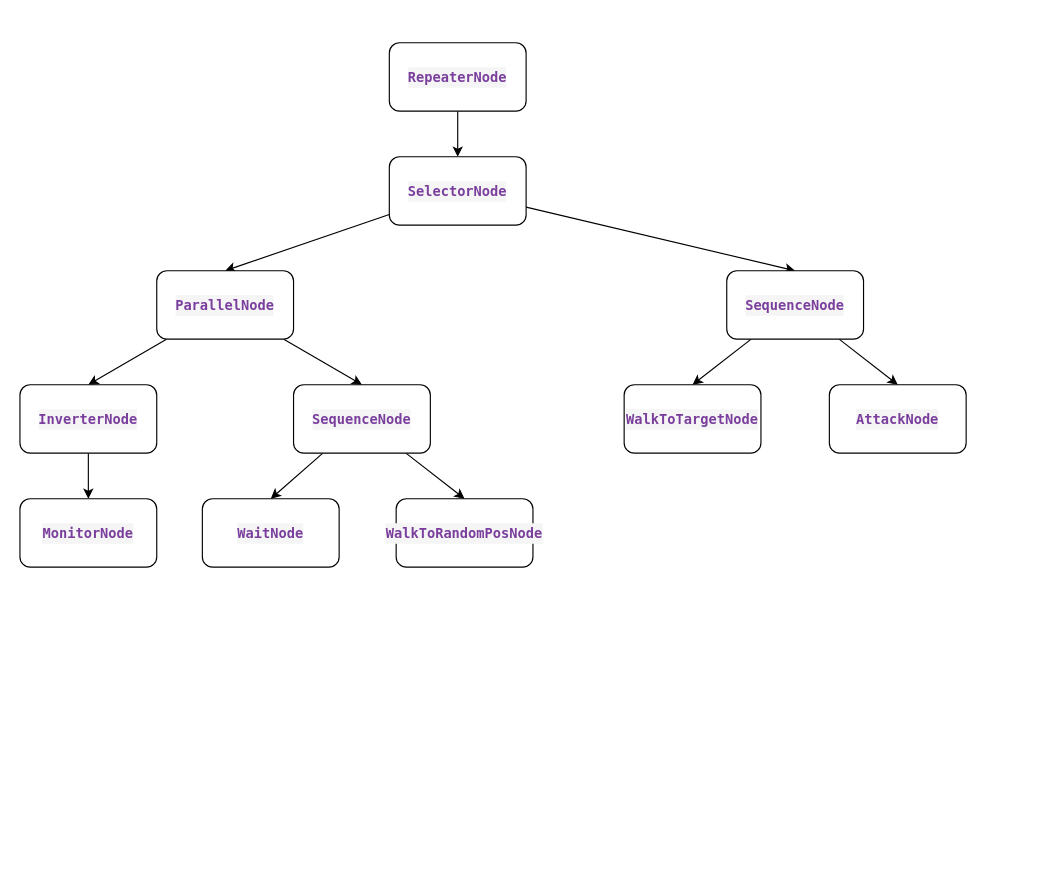
kirikayakazuto/CocosCreator_ECS keeps this draw.io diagram as role1behaviortree.dio. Above is the earlier version. Source tidied: cells renumbered, new cells numbered last; positions are measured from the earlier drawing's top-left corner, leaving out a move shared by most shapes. Both pictures are drawn from the tidied source at 114%, with x=0, y=0 at pixel (19, 42).
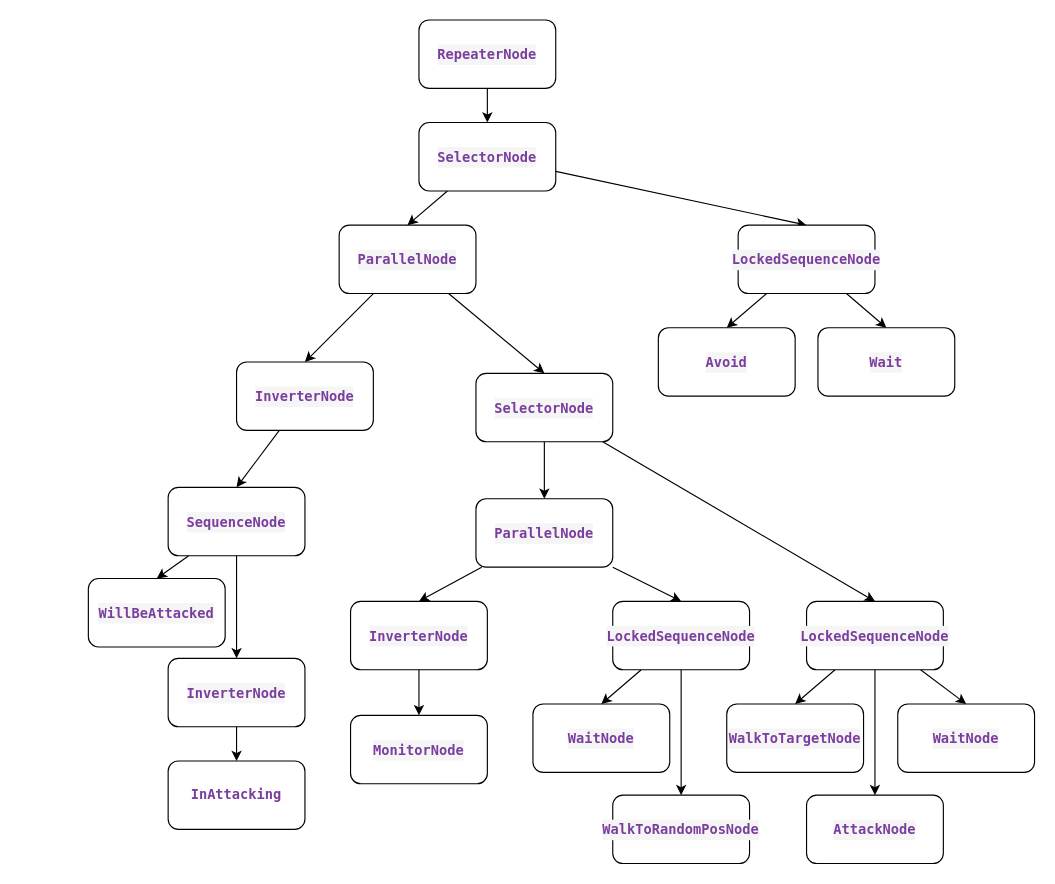
The same diagram, later.

The edit, as a diff of the source:
```diff
@@
-    <mxCell id="2" style="edgeStyle=none;html=1;exitX=0.5;exitY=1;exitDx=0;exitDy=0;entryX=0.5;entryY=0;entryDx=0;entryDy=0;" parent="1" edge="1" source="3" target="6">
+    <mxCell id="2" style="edgeStyle=none;html=1;exitX=0.5;exitY=1;exitDx=0;exitDy=0;entryX=0.5;entryY=0;entryDx=0;entryDy=0;" parent="1" edge="1" source="3" target="33">
       <mxGeometry relative="1" as="geometry" />
     </mxCell>
     <mxCell id="3" value="&lt;div style=&quot;color: rgb(51 , 51 , 51) ; background-color: rgb(245 , 245 , 245) ; font-family: &amp;#34;menlo&amp;#34; , &amp;#34;monaco&amp;#34; , &amp;#34;courier new&amp;#34; , monospace ; line-height: 18px&quot;&gt;&lt;span style=&quot;color: #7a3e9d ; font-weight: bold&quot;&gt;RepeaterNode&lt;/span&gt;&lt;/div&gt;" style="rounded=1;whiteSpace=wrap;html=1;" parent="1" vertex="1">
-      <mxGeometry x="324" width="120" height="60" as="geometry" />
+      <mxGeometry x="350" y="-20" width="120" height="60" as="geometry" />
     </mxCell>
@@
     <mxCell id="6" value="&lt;div style=&quot;color: rgb(51 , 51 , 51) ; background-color: rgb(245 , 245 , 245) ; font-family: &amp;#34;menlo&amp;#34; , &amp;#34;monaco&amp;#34; , &amp;#34;courier new&amp;#34; , monospace ; line-height: 18px&quot;&gt;&lt;span style=&quot;color: #7a3e9d ; font-weight: bold&quot;&gt;SelectorNode&lt;/span&gt;&lt;/div&gt;" style="rounded=1;whiteSpace=wrap;html=1;" parent="1" vertex="1">
-      <mxGeometry x="324" y="100" width="120" height="60" as="geometry" />
+      <mxGeometry x="400" y="290" width="120" height="60" as="geometry" />
     </mxCell>
@@
     <mxCell id="9" value="&lt;div style=&quot;color: rgb(51 , 51 , 51) ; background-color: rgb(245 , 245 , 245) ; font-family: &amp;#34;menlo&amp;#34; , &amp;#34;monaco&amp;#34; , &amp;#34;courier new&amp;#34; , monospace ; line-height: 18px&quot;&gt;&lt;span style=&quot;color: #7a3e9d ; font-weight: bold&quot;&gt;ParallelNode&lt;/span&gt;&lt;/div&gt;" style="rounded=1;whiteSpace=wrap;html=1;" parent="1" vertex="1">
-      <mxGeometry x="120" y="200" width="120" height="60" as="geometry" />
+      <mxGeometry x="400" y="400" width="120" height="60" as="geometry" />
     </mxCell>
@@
+    <mxCell id="23" style="edgeStyle=none;html=1;entryX=0.5;entryY=0;entryDx=0;entryDy=0;" parent="1" edge="1" source="12" target="44">
+      <mxGeometry relative="1" as="geometry" />
+    </mxCell>
-    <mxCell id="12" value="&lt;div style=&quot;color: rgb(51 , 51 , 51) ; background-color: rgb(245 , 245 , 245) ; font-family: &amp;#34;menlo&amp;#34; , &amp;#34;monaco&amp;#34; , &amp;#34;courier new&amp;#34; , monospace ; line-height: 18px&quot;&gt;&lt;div style=&quot;font-family: &amp;#34;menlo&amp;#34; , &amp;#34;monaco&amp;#34; , &amp;#34;courier new&amp;#34; , monospace ; line-height: 18px&quot;&gt;&lt;span style=&quot;color: #7a3e9d ; font-weight: bold&quot;&gt;SequenceNode&lt;/span&gt;&lt;/div&gt;&lt;/div&gt;" style="rounded=1;whiteSpace=wrap;html=1;" parent="1" vertex="1">
-      <mxGeometry x="620" y="200" width="120" height="60" as="geometry" />
+    <mxCell id="12" value="&lt;div style=&quot;color: rgb(51 , 51 , 51) ; background-color: rgb(245 , 245 , 245) ; font-family: &amp;#34;menlo&amp;#34; , &amp;#34;monaco&amp;#34; , &amp;#34;courier new&amp;#34; , monospace ; line-height: 18px&quot;&gt;&lt;div style=&quot;font-family: &amp;#34;menlo&amp;#34; , &amp;#34;monaco&amp;#34; , &amp;#34;courier new&amp;#34; , monospace ; line-height: 18px&quot;&gt;&lt;span style=&quot;color: #7a3e9d ; font-weight: bold&quot;&gt;LockedSequenceNode&lt;/span&gt;&lt;/div&gt;&lt;/div&gt;" style="rounded=1;whiteSpace=wrap;html=1;" parent="1" vertex="1">
+      <mxGeometry x="690" y="490" width="120" height="60" as="geometry" />
     </mxCell>
@@
     <mxCell id="14" value="&lt;div style=&quot;color: rgb(51 , 51 , 51) ; background-color: rgb(245 , 245 , 245) ; font-family: &amp;#34;menlo&amp;#34; , &amp;#34;monaco&amp;#34; , &amp;#34;courier new&amp;#34; , monospace ; line-height: 18px&quot;&gt;&lt;div style=&quot;font-family: &amp;#34;menlo&amp;#34; , &amp;#34;monaco&amp;#34; , &amp;#34;courier new&amp;#34; , monospace ; line-height: 18px&quot;&gt;&lt;span style=&quot;color: #7a3e9d ; font-weight: bold&quot;&gt;InverterNode&lt;/span&gt;&lt;/div&gt;&lt;/div&gt;" style="rounded=1;whiteSpace=wrap;html=1;" parent="1" vertex="1">
-      <mxGeometry y="300" width="120" height="60" as="geometry" />
+      <mxGeometry x="290" y="490" width="120" height="60" as="geometry" />
     </mxCell>
@@
-    <mxCell id="17" value="&lt;div style=&quot;color: rgb(51 , 51 , 51) ; background-color: rgb(245 , 245 , 245) ; font-family: &amp;#34;menlo&amp;#34; , &amp;#34;monaco&amp;#34; , &amp;#34;courier new&amp;#34; , monospace ; line-height: 18px&quot;&gt;&lt;div style=&quot;font-family: &amp;#34;menlo&amp;#34; , &amp;#34;monaco&amp;#34; , &amp;#34;courier new&amp;#34; , monospace ; line-height: 18px&quot;&gt;&lt;span style=&quot;color: #7a3e9d ; font-weight: bold&quot;&gt;SequenceNode&lt;/span&gt;&lt;/div&gt;&lt;/div&gt;" style="rounded=1;whiteSpace=wrap;html=1;" parent="1" vertex="1">
-      <mxGeometry x="240" y="300" width="120" height="60" as="geometry" />
+    <mxCell id="17" value="&lt;div style=&quot;color: rgb(51 , 51 , 51) ; background-color: rgb(245 , 245 , 245) ; font-family: &amp;#34;menlo&amp;#34; , &amp;#34;monaco&amp;#34; , &amp;#34;courier new&amp;#34; , monospace ; line-height: 18px&quot;&gt;&lt;div style=&quot;font-family: &amp;#34;menlo&amp;#34; , &amp;#34;monaco&amp;#34; , &amp;#34;courier new&amp;#34; , monospace ; line-height: 18px&quot;&gt;&lt;span style=&quot;color: #7a3e9d ; font-weight: bold&quot;&gt;LockedSequenceNode&lt;/span&gt;&lt;/div&gt;&lt;/div&gt;" style="rounded=1;whiteSpace=wrap;html=1;" parent="1" vertex="1">
+      <mxGeometry x="520" y="490" width="120" height="60" as="geometry" />
     </mxCell>
     <mxCell id="18" value="&lt;div style=&quot;color: rgb(51 , 51 , 51) ; background-color: rgb(245 , 245 , 245) ; font-family: &amp;#34;menlo&amp;#34; , &amp;#34;monaco&amp;#34; , &amp;#34;courier new&amp;#34; , monospace ; line-height: 18px&quot;&gt;&lt;div style=&quot;font-family: &amp;#34;menlo&amp;#34; , &amp;#34;monaco&amp;#34; , &amp;#34;courier new&amp;#34; , monospace ; line-height: 18px&quot;&gt;&lt;div style=&quot;font-family: &amp;#34;menlo&amp;#34; , &amp;#34;monaco&amp;#34; , &amp;#34;courier new&amp;#34; , monospace ; line-height: 18px&quot;&gt;&lt;span style=&quot;color: #7a3e9d ; font-weight: bold&quot;&gt;MonitorNode&lt;/span&gt;&lt;/div&gt;&lt;/div&gt;&lt;/div&gt;" style="rounded=1;whiteSpace=wrap;html=1;" parent="1" vertex="1">
-      <mxGeometry y="400" width="120" height="60" as="geometry" />
+      <mxGeometry x="290" y="590" width="120" height="60" as="geometry" />
     </mxCell>
     <mxCell id="19" value="&lt;div style=&quot;color: rgb(51 , 51 , 51) ; background-color: rgb(245 , 245 , 245) ; font-family: &amp;#34;menlo&amp;#34; , &amp;#34;monaco&amp;#34; , &amp;#34;courier new&amp;#34; , monospace ; line-height: 18px&quot;&gt;&lt;div style=&quot;font-family: &amp;#34;menlo&amp;#34; , &amp;#34;monaco&amp;#34; , &amp;#34;courier new&amp;#34; , monospace ; line-height: 18px&quot;&gt;&lt;div style=&quot;font-family: &amp;#34;menlo&amp;#34; , &amp;#34;monaco&amp;#34; , &amp;#34;courier new&amp;#34; , monospace ; line-height: 18px&quot;&gt;&lt;div style=&quot;font-family: &amp;#34;menlo&amp;#34; , &amp;#34;monaco&amp;#34; , &amp;#34;courier new&amp;#34; , monospace ; line-height: 18px&quot;&gt;&lt;span style=&quot;color: #7a3e9d ; font-weight: bold&quot;&gt;WaitNode&lt;/span&gt;&lt;/div&gt;&lt;/div&gt;&lt;/div&gt;&lt;/div&gt;" style="rounded=1;whiteSpace=wrap;html=1;" parent="1" vertex="1">
-      <mxGeometry x="160" y="400" width="120" height="60" as="geometry" />
+      <mxGeometry x="450" y="580" width="120" height="60" as="geometry" />
     </mxCell>
     <mxCell id="20" value="&lt;div style=&quot;color: rgb(51 , 51 , 51) ; background-color: rgb(245 , 245 , 245) ; font-family: &amp;#34;menlo&amp;#34; , &amp;#34;monaco&amp;#34; , &amp;#34;courier new&amp;#34; , monospace ; line-height: 18px&quot;&gt;&lt;div style=&quot;font-family: &amp;#34;menlo&amp;#34; , &amp;#34;monaco&amp;#34; , &amp;#34;courier new&amp;#34; , monospace ; line-height: 18px&quot;&gt;&lt;div style=&quot;font-family: &amp;#34;menlo&amp;#34; , &amp;#34;monaco&amp;#34; , &amp;#34;courier new&amp;#34; , monospace ; line-height: 18px&quot;&gt;&lt;div style=&quot;font-family: &amp;#34;menlo&amp;#34; , &amp;#34;monaco&amp;#34; , &amp;#34;courier new&amp;#34; , monospace ; line-height: 18px&quot;&gt;&lt;div style=&quot;font-family: &amp;#34;menlo&amp;#34; , &amp;#34;monaco&amp;#34; , &amp;#34;courier new&amp;#34; , monospace ; line-height: 18px&quot;&gt;&lt;span style=&quot;color: #7a3e9d ; font-weight: bold&quot;&gt;WalkToRandomPosNode&lt;/span&gt;&lt;/div&gt;&lt;/div&gt;&lt;/div&gt;&lt;/div&gt;&lt;/div&gt;" style="rounded=1;whiteSpace=wrap;html=1;" parent="1" vertex="1">
-      <mxGeometry x="330" y="400" width="120" height="60" as="geometry" />
+      <mxGeometry x="520" y="660" width="120" height="60" as="geometry" />
     </mxCell>
     <mxCell id="21" value="&lt;div style=&quot;color: rgb(51 , 51 , 51) ; background-color: rgb(245 , 245 , 245) ; font-family: &amp;#34;menlo&amp;#34; , &amp;#34;monaco&amp;#34; , &amp;#34;courier new&amp;#34; , monospace ; line-height: 18px&quot;&gt;&lt;div style=&quot;font-family: &amp;#34;menlo&amp;#34; , &amp;#34;monaco&amp;#34; , &amp;#34;courier new&amp;#34; , monospace ; line-height: 18px&quot;&gt;&lt;div style=&quot;font-family: &amp;#34;menlo&amp;#34; , &amp;#34;monaco&amp;#34; , &amp;#34;courier new&amp;#34; , monospace ; line-height: 18px&quot;&gt;&lt;span style=&quot;color: #7a3e9d ; font-weight: bold&quot;&gt;WalkToTargetNode&lt;/span&gt;&lt;/div&gt;&lt;/div&gt;&lt;/div&gt;" style="rounded=1;whiteSpace=wrap;html=1;" parent="1" vertex="1">
-      <mxGeometry x="530" y="300" width="120" height="60" as="geometry" />
+      <mxGeometry x="620" y="580" width="120" height="60" as="geometry" />
     </mxCell>
     <mxCell id="22" value="&lt;div style=&quot;color: rgb(51 , 51 , 51) ; background-color: rgb(245 , 245 , 245) ; font-family: &amp;#34;menlo&amp;#34; , &amp;#34;monaco&amp;#34; , &amp;#34;courier new&amp;#34; , monospace ; line-height: 18px&quot;&gt;&lt;div style=&quot;font-family: &amp;#34;menlo&amp;#34; , &amp;#34;monaco&amp;#34; , &amp;#34;courier new&amp;#34; , monospace ; line-height: 18px&quot;&gt;&lt;div style=&quot;font-family: &amp;#34;menlo&amp;#34; , &amp;#34;monaco&amp;#34; , &amp;#34;courier new&amp;#34; , monospace ; line-height: 18px&quot;&gt;&lt;span style=&quot;color: #7a3e9d ; font-weight: bold&quot;&gt;AttackNode&lt;/span&gt;&lt;/div&gt;&lt;/div&gt;&lt;/div&gt;" style="rounded=1;whiteSpace=wrap;html=1;" parent="1" vertex="1">
-      <mxGeometry x="710" y="300" width="120" height="60" as="geometry" />
+      <mxGeometry x="690" y="660" width="120" height="60" as="geometry" />
     </mxCell>
+    <mxCell id="24" value="&lt;div style=&quot;background-color: rgb(245 , 245 , 245) ; line-height: 18px&quot;&gt;&lt;div style=&quot;line-height: 18px&quot;&gt;&lt;font color=&quot;#7a3e9d&quot; face=&quot;menlo, monaco, courier new, monospace&quot;&gt;&lt;b&gt;WillBeAttacked&lt;/b&gt;&lt;/font&gt;&lt;br&gt;&lt;/div&gt;&lt;/div&gt;" style="rounded=1;whiteSpace=wrap;html=1;" parent="1" vertex="1">
+      <mxGeometry x="60" y="470" width="120" height="60" as="geometry" />
+    </mxCell>
+    <mxCell id="25" value="&lt;div style=&quot;background-color: rgb(245 , 245 , 245) ; line-height: 18px&quot;&gt;&lt;div style=&quot;line-height: 18px&quot;&gt;&lt;font color=&quot;#7a3e9d&quot; face=&quot;menlo, monaco, courier new, monospace&quot;&gt;&lt;b&gt;Avoid&lt;/b&gt;&lt;/font&gt;&lt;br&gt;&lt;/div&gt;&lt;/div&gt;" style="rounded=1;whiteSpace=wrap;html=1;" parent="1" vertex="1">
+      <mxGeometry x="560" y="250" width="120" height="60" as="geometry" />
+    </mxCell>
+    <mxCell id="26" style="edgeStyle=none;html=1;entryX=0.5;entryY=0;entryDx=0;entryDy=0;" parent="1" edge="1" source="28" target="30">
+      <mxGeometry relative="1" as="geometry" />
+    </mxCell>
+    <mxCell id="27" style="edgeStyle=none;html=1;entryX=0.5;entryY=0;entryDx=0;entryDy=0;" parent="1" edge="1" source="28" target="6">
+      <mxGeometry relative="1" as="geometry" />
+    </mxCell>
+    <mxCell id="28" value="&lt;div style=&quot;color: rgb(51 , 51 , 51) ; background-color: rgb(245 , 245 , 245) ; font-family: &amp;#34;menlo&amp;#34; , &amp;#34;monaco&amp;#34; , &amp;#34;courier new&amp;#34; , monospace ; line-height: 18px&quot;&gt;&lt;span style=&quot;color: #7a3e9d ; font-weight: bold&quot;&gt;ParallelNode&lt;/span&gt;&lt;/div&gt;" style="rounded=1;whiteSpace=wrap;html=1;" parent="1" vertex="1">
+      <mxGeometry x="280" y="160" width="120" height="60" as="geometry" />
+    </mxCell>
+    <mxCell id="29" style="edgeStyle=none;html=1;entryX=0.5;entryY=0;entryDx=0;entryDy=0;" parent="1" edge="1" source="30" target="36">
+      <mxGeometry relative="1" as="geometry" />
+    </mxCell>
+    <mxCell id="30" value="&lt;div style=&quot;color: rgb(51 , 51 , 51) ; background-color: rgb(245 , 245 , 245) ; font-family: &amp;#34;menlo&amp;#34; , &amp;#34;monaco&amp;#34; , &amp;#34;courier new&amp;#34; , monospace ; line-height: 18px&quot;&gt;&lt;div style=&quot;font-family: &amp;#34;menlo&amp;#34; , &amp;#34;monaco&amp;#34; , &amp;#34;courier new&amp;#34; , monospace ; line-height: 18px&quot;&gt;&lt;span style=&quot;color: #7a3e9d ; font-weight: bold&quot;&gt;InverterNode&lt;/span&gt;&lt;/div&gt;&lt;/div&gt;" style="rounded=1;whiteSpace=wrap;html=1;" parent="1" vertex="1">
+      <mxGeometry x="190" y="280" width="120" height="60" as="geometry" />
+    </mxCell>
+    <mxCell id="31" style="edgeStyle=none;html=1;entryX=0.5;entryY=0;entryDx=0;entryDy=0;" parent="1" edge="1" source="33" target="28">
+      <mxGeometry relative="1" as="geometry" />
+    </mxCell>
+    <mxCell id="32" style="edgeStyle=none;html=1;entryX=0.5;entryY=0;entryDx=0;entryDy=0;" parent="1" edge="1" source="33" target="40">
+      <mxGeometry relative="1" as="geometry" />
+    </mxCell>
+    <mxCell id="33" value="&lt;div style=&quot;color: rgb(51 , 51 , 51) ; background-color: rgb(245 , 245 , 245) ; font-family: &amp;#34;menlo&amp;#34; , &amp;#34;monaco&amp;#34; , &amp;#34;courier new&amp;#34; , monospace ; line-height: 18px&quot;&gt;&lt;span style=&quot;color: #7a3e9d ; font-weight: bold&quot;&gt;SelectorNode&lt;/span&gt;&lt;/div&gt;" style="rounded=1;whiteSpace=wrap;html=1;" parent="1" vertex="1">
+      <mxGeometry x="350" y="70" width="120" height="60" as="geometry" />
+    </mxCell>
+    <mxCell id="34" style="edgeStyle=none;html=1;entryX=0.5;entryY=0;entryDx=0;entryDy=0;" parent="1" edge="1" source="36" target="24">
+      <mxGeometry relative="1" as="geometry" />
+    </mxCell>
+    <mxCell id="35" style="edgeStyle=none;html=1;entryX=0.5;entryY=0;entryDx=0;entryDy=0;" parent="1" edge="1" source="36" target="43">
+      <mxGeometry relative="1" as="geometry" />
+    </mxCell>
+    <mxCell id="36" value="&lt;div style=&quot;color: rgb(51 , 51 , 51) ; background-color: rgb(245 , 245 , 245) ; font-family: &amp;#34;menlo&amp;#34; , &amp;#34;monaco&amp;#34; , &amp;#34;courier new&amp;#34; , monospace ; line-height: 18px&quot;&gt;&lt;div style=&quot;font-family: &amp;#34;menlo&amp;#34; , &amp;#34;monaco&amp;#34; , &amp;#34;courier new&amp;#34; , monospace ; line-height: 18px&quot;&gt;&lt;span style=&quot;color: #7a3e9d ; font-weight: bold&quot;&gt;SequenceNode&lt;/span&gt;&lt;/div&gt;&lt;/div&gt;" style="rounded=1;whiteSpace=wrap;html=1;" parent="1" vertex="1">
+      <mxGeometry x="130" y="390" width="120" height="60" as="geometry" />
+    </mxCell>
+    <mxCell id="37" value="&lt;font color=&quot;#7a3e9d&quot; face=&quot;menlo, monaco, courier new, monospace&quot;&gt;&lt;b&gt;InAttacking&lt;/b&gt;&lt;/font&gt;" style="rounded=1;whiteSpace=wrap;html=1;" parent="1" vertex="1">
+      <mxGeometry x="130" y="630" width="120" height="60" as="geometry" />
+    </mxCell>
+    <mxCell id="38" style="edgeStyle=none;html=1;entryX=0.5;entryY=0;entryDx=0;entryDy=0;" parent="1" edge="1" source="40" target="41">
+      <mxGeometry relative="1" as="geometry" />
+    </mxCell>
+    <mxCell id="39" style="edgeStyle=none;html=1;entryX=0.5;entryY=0;entryDx=0;entryDy=0;" parent="1" edge="1" source="40" target="25">
+      <mxGeometry relative="1" as="geometry" />
+    </mxCell>
+    <mxCell id="40" value="&lt;div style=&quot;background-color: rgb(245 , 245 , 245) ; line-height: 18px&quot;&gt;&lt;div style=&quot;line-height: 18px&quot;&gt;&lt;font color=&quot;#7a3e9d&quot; face=&quot;menlo, monaco, courier new, monospace&quot;&gt;&lt;b&gt;LockedSequenceNode&lt;/b&gt;&lt;/font&gt;&lt;br&gt;&lt;/div&gt;&lt;/div&gt;" style="rounded=1;whiteSpace=wrap;html=1;" parent="1" vertex="1">
+      <mxGeometry x="630" y="160" width="120" height="60" as="geometry" />
+    </mxCell>
+    <mxCell id="41" value="&lt;div style=&quot;background-color: rgb(245 , 245 , 245) ; line-height: 18px&quot;&gt;&lt;div style=&quot;line-height: 18px&quot;&gt;&lt;font color=&quot;#7a3e9d&quot; face=&quot;menlo, monaco, courier new, monospace&quot;&gt;&lt;b&gt;Wait&lt;/b&gt;&lt;/font&gt;&lt;br&gt;&lt;/div&gt;&lt;/div&gt;" style="rounded=1;whiteSpace=wrap;html=1;" parent="1" vertex="1">
+      <mxGeometry x="700" y="250" width="120" height="60" as="geometry" />
+    </mxCell>
+    <mxCell id="42" style="edgeStyle=none;html=1;entryX=0.5;entryY=0;entryDx=0;entryDy=0;" parent="1" edge="1" source="43" target="37">
+      <mxGeometry relative="1" as="geometry" />
+    </mxCell>
+    <mxCell id="43" value="&lt;div style=&quot;color: rgb(51 , 51 , 51) ; background-color: rgb(245 , 245 , 245) ; font-family: &amp;#34;menlo&amp;#34; , &amp;#34;monaco&amp;#34; , &amp;#34;courier new&amp;#34; , monospace ; line-height: 18px&quot;&gt;&lt;div style=&quot;font-family: &amp;#34;menlo&amp;#34; , &amp;#34;monaco&amp;#34; , &amp;#34;courier new&amp;#34; , monospace ; line-height: 18px&quot;&gt;&lt;span style=&quot;color: #7a3e9d ; font-weight: bold&quot;&gt;InverterNode&lt;/span&gt;&lt;/div&gt;&lt;/div&gt;" style="rounded=1;whiteSpace=wrap;html=1;" parent="1" vertex="1">
+      <mxGeometry x="130" y="540" width="120" height="60" as="geometry" />
+    </mxCell>
+    <mxCell id="44" value="&lt;div style=&quot;background-color: rgb(245 , 245 , 245) ; font-family: &amp;#34;menlo&amp;#34; , &amp;#34;monaco&amp;#34; , &amp;#34;courier new&amp;#34; , monospace ; line-height: 18px&quot;&gt;&lt;div style=&quot;font-family: &amp;#34;menlo&amp;#34; , &amp;#34;monaco&amp;#34; , &amp;#34;courier new&amp;#34; , monospace ; line-height: 18px&quot;&gt;&lt;div style=&quot;font-family: &amp;#34;menlo&amp;#34; , &amp;#34;monaco&amp;#34; , &amp;#34;courier new&amp;#34; , monospace ; line-height: 18px&quot;&gt;&lt;font color=&quot;#7a3e9d&quot;&gt;&lt;b&gt;WaitNode&lt;/b&gt;&lt;/font&gt;&lt;/div&gt;&lt;/div&gt;&lt;/div&gt;" style="rounded=1;whiteSpace=wrap;html=1;" parent="1" vertex="1">
+      <mxGeometry x="770" y="580" width="120" height="60" as="geometry" />
+    </mxCell>
```
